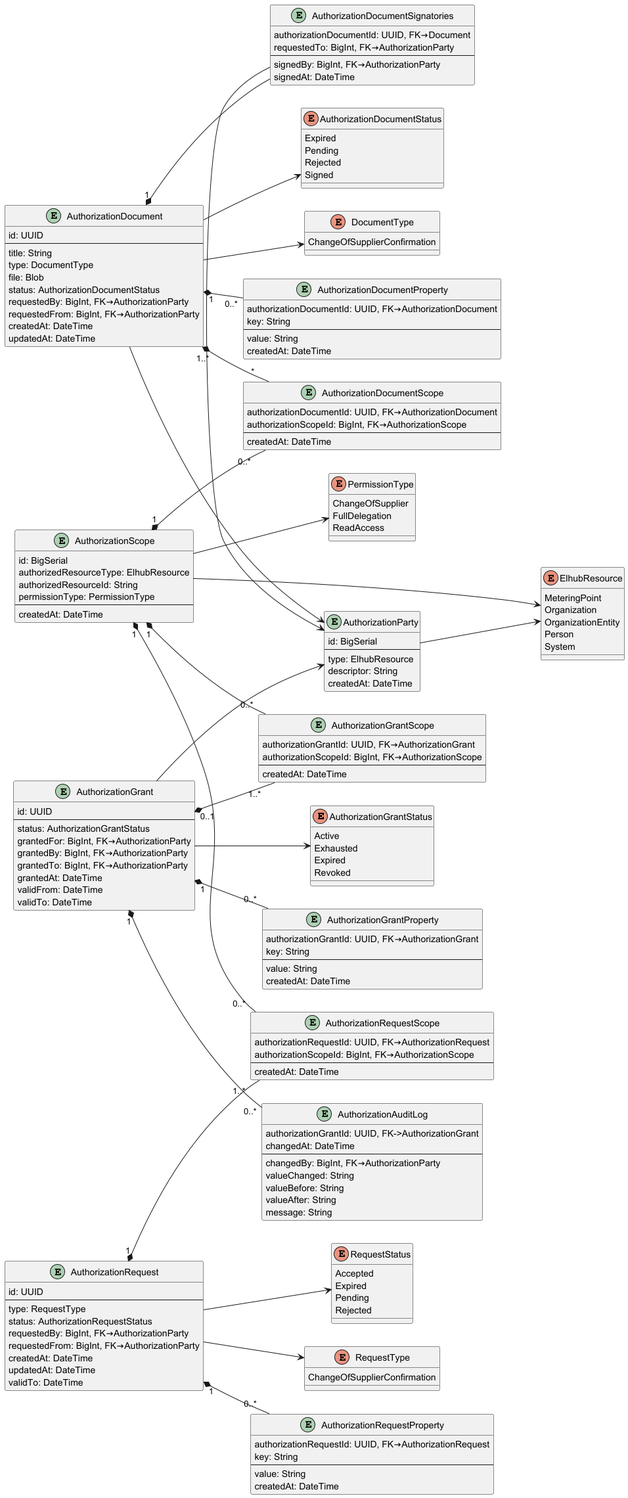
This is docs/assets/datamodel.png from elhub/auth-grant-manager, a PlantUML export, as it was before one commit.
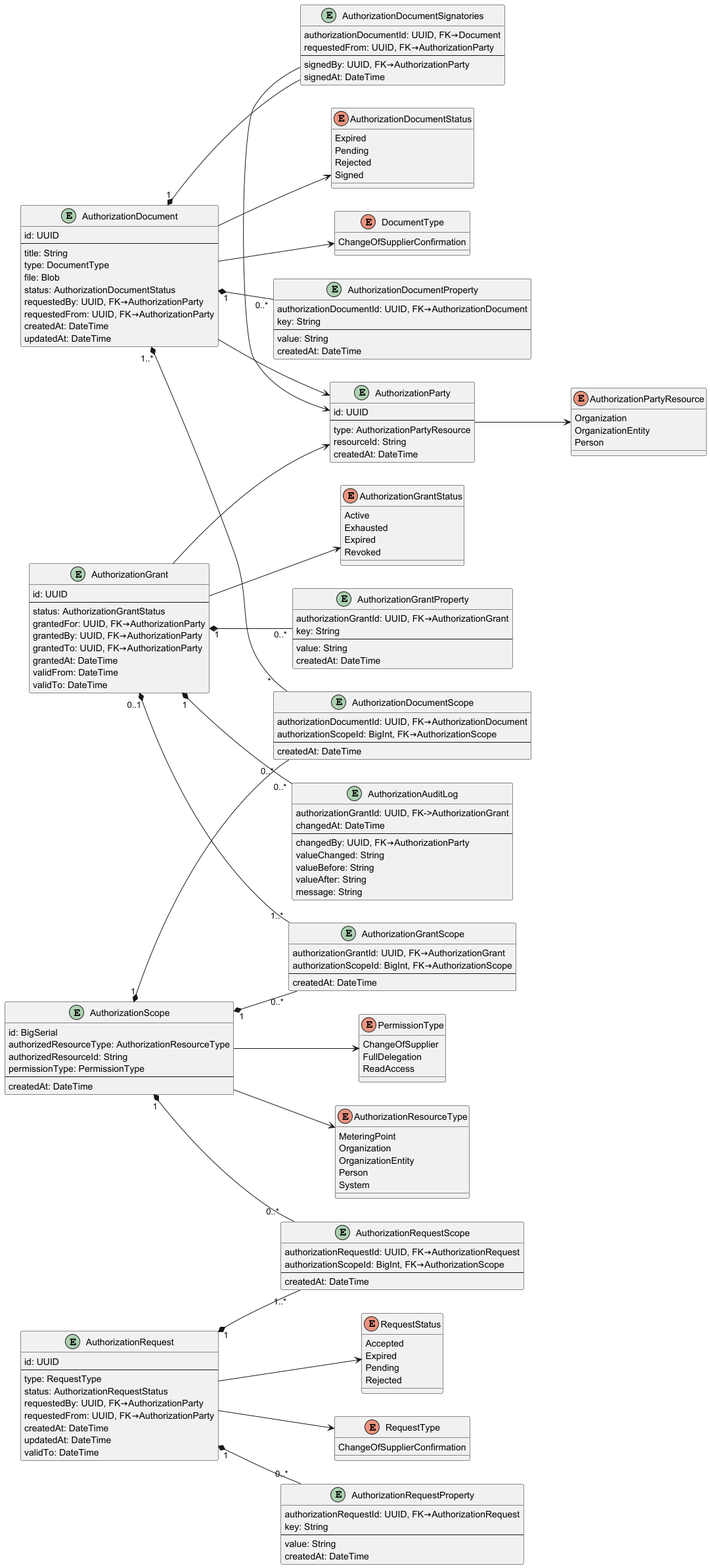
The same diagram one commit later.

The edit, as a diff of the source:
```diff
@@ -29,12 +29,18 @@
   Rejected
 }
 
-enum ElhubResource {
+enum AuthorizationResourceType {
   MeteringPoint
   Organization
   OrganizationEntity
   Person
   System
+}
+
+enum AuthorizationPartyResource {
+  Organization
+  OrganizationEntity
+  Person
 }
 
 enum DocumentType {
@@ -49,9 +55,9 @@
   id: UUID
   --
   status: AuthorizationGrantStatus
-  grantedFor: BigInt, FK→AuthorizationParty
-  grantedBy: BigInt, FK→AuthorizationParty
-  grantedTo: BigInt, FK→AuthorizationParty
+  grantedFor: UUID, FK→AuthorizationParty
+  grantedBy: UUID, FK→AuthorizationParty
+  grantedTo: UUID, FK→AuthorizationParty
   grantedAt: DateTime
   validFrom: DateTime
   validTo: DateTime
@@ -69,7 +75,7 @@
   authorizationGrantId: UUID, FK->AuthorizationGrant
   changedAt: DateTime
   --
-  changedBy: BigInt, FK→AuthorizationParty
+  changedBy: UUID, FK→AuthorizationParty
   valueChanged: String
   valueBefore: String
   valueAfter: String
@@ -81,8 +87,8 @@
   --
   type: RequestType
   status: AuthorizationRequestStatus
-  requestedBy: BigInt, FK→AuthorizationParty
-  requestedFrom: BigInt, FK→AuthorizationParty
+  requestedBy: UUID, FK→AuthorizationParty
+  requestedFrom: UUID, FK→AuthorizationParty
   createdAt: DateTime
   updatedAt: DateTime
   validTo: DateTime
@@ -103,8 +109,8 @@
   type: DocumentType
   file: Blob
   status: AuthorizationDocumentStatus
-  requestedBy: BigInt, FK→AuthorizationParty
-  requestedFrom: BigInt, FK→AuthorizationParty
+  requestedBy: UUID, FK→AuthorizationParty
+  requestedFrom: UUID, FK→AuthorizationParty
   createdAt: DateTime
   updatedAt: DateTime
 }
@@ -119,9 +125,9 @@
 
 entity AuthorizationDocumentSignatories {
   authorizationDocumentId: UUID, FK→Document
-  requestedTo: BigInt, FK→AuthorizationParty
+  requestedFrom: UUID, FK→AuthorizationParty
   --
-  signedBy: BigInt, FK→AuthorizationParty
+  signedBy: UUID, FK→AuthorizationParty
   signedAt: DateTime
 }
 
@@ -148,7 +154,7 @@
 
 entity AuthorizationScope {
   id: BigSerial
-  authorizedResourceType: ElhubResource
+  authorizedResourceType: AuthorizationResourceType
   authorizedResourceId: String
   permissionType: PermissionType
   --
@@ -156,10 +162,10 @@
 }
 
 entity AuthorizationParty {
-  id: BigSerial
+  id: UUID
   --
-  type: ElhubResource
-  descriptor: String
+  type: AuthorizationPartyResource
+  resourceId: String
   createdAt: DateTime
 }
 
@@ -168,7 +174,7 @@
 AuthorizationGrant "1" *-- "0..*" AuthorizationAuditLog
 AuthorizationGrant --> AuthorizationGrantStatus
 AuthorizationGrant --> AuthorizationParty
-AuthorizationScope --> ElhubResource
+AuthorizationScope --> AuthorizationResourceType
 AuthorizationScope --> PermissionType
 AuthorizationScope "1" *-- "0..*" AuthorizationGrantScope
 AuthorizationScope "1" *-- "0..*" AuthorizationRequestScope
@@ -184,6 +190,6 @@
 AuthorizationRequest "1" *-- "1..*" AuthorizationRequestScope
 AuthorizationRequest --> RequestType
 AuthorizationRequest --> RequestStatus
-AuthorizationParty --> ElhubResource
+AuthorizationParty --> AuthorizationPartyResource
 
 @enduml
```
